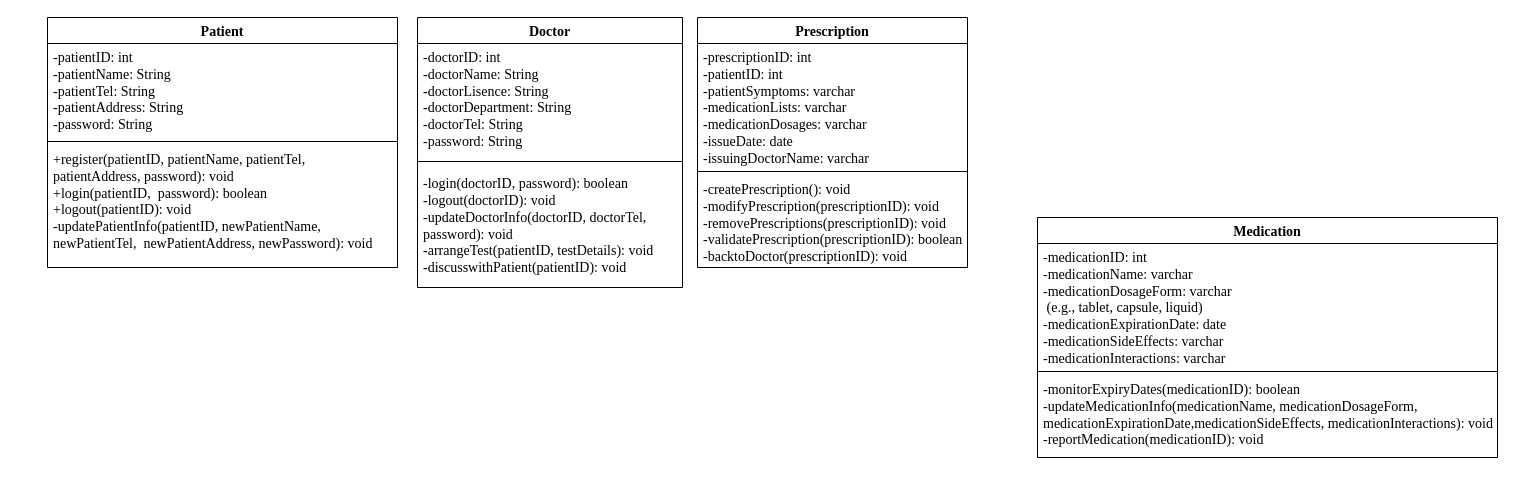
This is Class Diagram.drawio from FOMOKN/Software-Engineering, a draw.io file, before an edit. Source tidied: cells renumbered, new cells numbered last; positions are measured from the earlier drawing's top-left corner, leaving out a move shared by most shapes. Both pictures are drawn from the tidied source at 100%, with x=0, y=0 at pixel (47, 17).
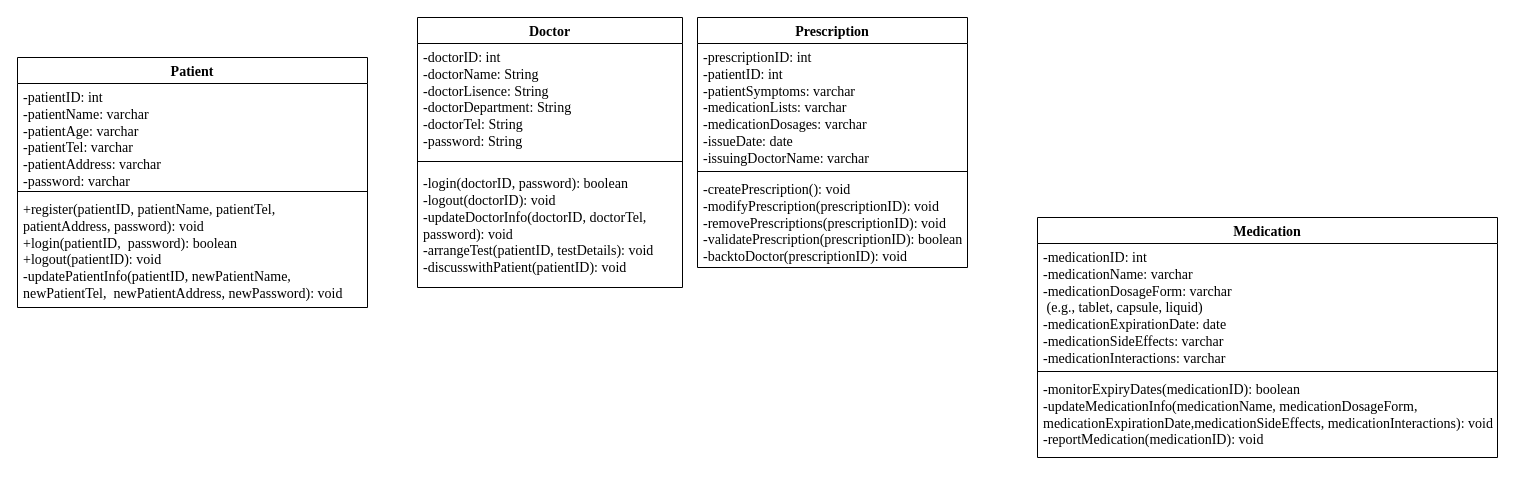
The same diagram, later.

Change to the diagram source:
```diff
@@
 <mxGraphModel>
   <root>
     <mxCell id="0" />
     <mxCell id="1" parent="0" />
-    <mxCell id="2" value="Patient" style="swimlane;fontStyle=1;align=center;verticalAlign=top;horizontal=1;startSize=26;whiteSpace=wrap;html=1;fontFamily=Times New Roman;fontSize=14;" parent="1" vertex="1">
-      <mxGeometry width="350" height="250" as="geometry" />
-    </mxCell>
-    <mxCell id="3" value="-patientID: int&lt;br style=&quot;font-size: 14px;&quot;&gt;-patientName:&amp;nbsp;String&lt;br style=&quot;font-size: 14px;&quot;&gt;-patientTel:&amp;nbsp;String&lt;br style=&quot;font-size: 14px;&quot;&gt;-patientAddress:&amp;nbsp;String&lt;br style=&quot;font-size: 14px;&quot;&gt;-password:&amp;nbsp;String" style="text;strokeColor=none;fillColor=none;align=left;verticalAlign=top;spacingLeft=4;spacingRight=4;overflow=hidden;whiteSpace=wrap;html=1;fontFamily=Times New Roman;fontSize=14;" parent="2" vertex="1">
-      <mxGeometry y="26" width="350" height="94" as="geometry" />
-    </mxCell>
-    <mxCell id="4" style="line;strokeWidth=1;fillColor=none;align=left;verticalAlign=middle;spacingTop=-1;spacingLeft=3;spacingRight=3;labelPosition=right;strokeColor=inherit;" parent="2" vertex="1">
-      <mxGeometry y="120" width="350" height="8" as="geometry" />
-    </mxCell>
-    <mxCell id="5" value="+register(patientID, patientName, patientTel, patientAddress, password): void&lt;br&gt;+login(patientID,&amp;nbsp; password): boolean&lt;br style=&quot;border-color: var(--border-color); font-size: 14px;&quot;&gt;+logout(patientID):&amp;nbsp;void&lt;br&gt;-updatePatientInfo(patientID, newPatientName, newPatientTel,&amp;nbsp; newPatientAddress, newPassword):&amp;nbsp;void&lt;span style=&quot;font-size: 14px;&quot;&gt;&lt;br&gt;&lt;/span&gt;" style="text;strokeColor=none;fillColor=none;align=left;verticalAlign=top;spacingLeft=4;spacingRight=4;overflow=hidden;whiteSpace=wrap;html=1;fontSize=14;fontFamily=Times New Roman;" parent="2" vertex="1">
-      <mxGeometry y="128" width="350" height="122" as="geometry" />
-    </mxCell>
     <mxCell id="6" value="&lt;font style=&quot;font-size: 14px;&quot; face=&quot;Times New Roman&quot;&gt;Doctor&lt;/font&gt;" style="swimlane;fontStyle=1;align=center;verticalAlign=top;horizontal=1;startSize=26;whiteSpace=wrap;html=1;" parent="1" vertex="1">
       <mxGeometry x="370" width="265" height="270" as="geometry" />
     </mxCell>
     <mxCell id="7" value="-doctorID: int&lt;br style=&quot;border-color: var(--border-color);&quot;&gt;-doctorName: String&lt;br&gt;-doctorLisence:&amp;nbsp;String&lt;br style=&quot;font-size: 14px;&quot;&gt;-doctorDepartment:&amp;nbsp;String&lt;br style=&quot;font-size: 14px;&quot;&gt;-doctorTel:&amp;nbsp;String&lt;br&gt;-password:&amp;nbsp;String" style="text;strokeColor=none;fillColor=none;align=left;verticalAlign=top;spacingLeft=4;spacingRight=4;overflow=hidden;whiteSpace=wrap;html=1;fontFamily=Times New Roman;fontStyle=0;fontSize=14;" parent="6" vertex="1">
       <mxGeometry y="26" width="265" height="114" as="geometry" />
     </mxCell>
     <mxCell id="8" style="line;strokeWidth=1;fillColor=none;align=left;verticalAlign=middle;spacingTop=-1;spacingLeft=3;spacingRight=3;labelPosition=right;strokeColor=inherit;" parent="6" vertex="1">
       <mxGeometry y="140" width="265" height="8" as="geometry" />
     </mxCell>
     <mxCell id="9" value="-login(doctorID, password):&amp;nbsp;boolean&lt;br&gt;-logout(doctorID):&amp;nbsp;void&lt;br style=&quot;font-size: 14px;&quot;&gt;-updateDoctorInfo(doctorID, doctorTel, password):&amp;nbsp;void&lt;br style=&quot;font-size: 14px;&quot;&gt;-arrangeTest(patientID, testDetails):&amp;nbsp;void&lt;br&gt;-discusswithPatient(patientID): void" style="text;strokeColor=none;fillColor=none;align=left;verticalAlign=middle;spacingLeft=4;spacingRight=4;overflow=hidden;whiteSpace=wrap;html=1;fontSize=14;fontFamily=Times New Roman;" parent="6" vertex="1">
       <mxGeometry y="148" width="265" height="122" as="geometry" />
     </mxCell>
     <mxCell id="10" value="&lt;font style=&quot;font-size: 14px;&quot;&gt;Prescription&lt;/font&gt;" style="swimlane;fontStyle=1;align=center;verticalAlign=top;horizontal=1;startSize=26;whiteSpace=wrap;html=1;fontFamily=Times New Roman;" parent="1" vertex="1">
       <mxGeometry x="650" width="270" height="250" as="geometry" />
     </mxCell>
     <mxCell id="11" value="-prescriptionID: int&lt;br style=&quot;border-color: var(--border-color);&quot;&gt;-patientID: int&lt;br style=&quot;border-color: var(--border-color);&quot;&gt;-patientSymptoms:&amp;nbsp;varchar&lt;br style=&quot;border-color: var(--border-color);&quot;&gt;-medicationLists:&amp;nbsp;varchar&lt;br style=&quot;border-color: var(--border-color);&quot;&gt;-medicationDosages:&amp;nbsp;varchar&lt;br style=&quot;border-color: var(--border-color);&quot;&gt;-issueDate: date&lt;br style=&quot;border-color: var(--border-color);&quot;&gt;-issuingDoctorName:&amp;nbsp;varchar" style="text;strokeColor=none;fillColor=none;align=left;verticalAlign=top;spacingLeft=4;spacingRight=4;overflow=hidden;whiteSpace=wrap;html=1;fontFamily=Times New Roman;fontSize=14;" parent="10" vertex="1">
       <mxGeometry y="26" width="270" height="124" as="geometry" />
     </mxCell>
     <mxCell id="12" style="line;strokeWidth=1;fillColor=none;align=left;verticalAlign=middle;spacingTop=-1;spacingLeft=3;spacingRight=3;labelPosition=right;strokeColor=inherit;" parent="10" vertex="1">
       <mxGeometry y="150" width="270" height="8" as="geometry" />
     </mxCell>
     <mxCell id="13" value="-createPrescription():&amp;nbsp;void&lt;br style=&quot;border-color: var(--border-color);&quot;&gt;-modifyPrescription(prescriptionID):&amp;nbsp;void&lt;br style=&quot;border-color: var(--border-color);&quot;&gt;-removePrescriptions(prescriptionID):&amp;nbsp;void&lt;br&gt;-validatePrescription(prescriptionID): boolean&lt;br&gt;-backtoDoctor(prescriptionID):&amp;nbsp;void" style="text;strokeColor=none;fillColor=none;align=left;verticalAlign=top;spacingLeft=4;spacingRight=4;overflow=hidden;whiteSpace=wrap;html=1;fontFamily=Times New Roman;fontSize=14;" parent="10" vertex="1">
       <mxGeometry y="158" width="270" height="92" as="geometry" />
     </mxCell>
     <mxCell id="14" value="Medication" style="swimlane;fontStyle=1;align=center;verticalAlign=top;horizontal=1;startSize=26;whiteSpace=wrap;html=1;fontFamily=Times New Roman;fontSize=14;" parent="1" vertex="1">
       <mxGeometry x="990" y="200" width="460" height="240" as="geometry" />
     </mxCell>
     <mxCell id="15" value="-medicationID:&amp;nbsp;int&lt;br&gt;-medicationName: varchar&lt;br style=&quot;font-size: 14px;&quot;&gt;-medicationDosageForm: varchar&lt;br&gt;&amp;nbsp;(e.g., tablet, capsule, liquid)&lt;br style=&quot;font-size: 14px;&quot;&gt;-medicationExpirationDate: date&lt;br&gt;-medicationSideEffects: varchar&lt;br&gt;-medicationInteractions: varchar" style="text;strokeColor=none;fillColor=none;align=left;verticalAlign=top;spacingLeft=4;spacingRight=4;overflow=hidden;whiteSpace=wrap;html=1;fontFamily=Times New Roman;fontSize=14;" parent="14" vertex="1">
       <mxGeometry y="26" width="460" height="124" as="geometry" />
     </mxCell>
     <mxCell id="16" style="line;strokeWidth=1;fillColor=none;align=left;verticalAlign=middle;spacingTop=-1;spacingLeft=3;spacingRight=3;labelPosition=right;strokeColor=inherit;" parent="14" vertex="1">
       <mxGeometry y="150" width="460" height="8" as="geometry" />
     </mxCell>
     <mxCell id="17" value="-monitorExpiryDates(medicationID):&amp;nbsp;boolean&lt;br&gt;-updateMedicationInfo(medicationName, medicationDosageForm, medicationExpirationDate,medicationSideEffects, medicationInteractions):&amp;nbsp;void&lt;br&gt;-reportMedication(medicationID):&amp;nbsp;void" style="text;strokeColor=none;fillColor=none;align=left;verticalAlign=top;spacingLeft=4;spacingRight=4;overflow=hidden;whiteSpace=wrap;html=1;fontFamily=Times New Roman;fontSize=14;" parent="14" vertex="1">
       <mxGeometry y="158" width="460" height="82" as="geometry" />
     </mxCell>
+    <mxCell id="2" value="Patient" style="swimlane;fontStyle=1;align=center;verticalAlign=top;horizontal=1;startSize=26;whiteSpace=wrap;html=1;fontFamily=Times New Roman;fontSize=14;" parent="1" vertex="1">
+      <mxGeometry x="-30" y="40" width="350" height="250" as="geometry" />
+    </mxCell>
+    <mxCell id="18" value="-patientID: int&lt;br style=&quot;font-size: 14px;&quot;&gt;-patientName:&amp;nbsp;varchar&lt;br&gt;-patientAge: varchar&lt;br style=&quot;font-size: 14px;&quot;&gt;-patientTel: varchar&lt;br style=&quot;font-size: 14px;&quot;&gt;-patientAddress: varchar&lt;br style=&quot;font-size: 14px;&quot;&gt;-password: varchar" style="text;strokeColor=none;fillColor=none;align=left;verticalAlign=top;spacingLeft=4;spacingRight=4;overflow=hidden;whiteSpace=wrap;html=1;fontFamily=Times New Roman;fontSize=14;" parent="2" vertex="1">
+      <mxGeometry y="26" width="350" height="104" as="geometry" />
+    </mxCell>
+    <mxCell id="19" style="line;strokeWidth=1;fillColor=none;align=left;verticalAlign=middle;spacingTop=-1;spacingLeft=3;spacingRight=3;labelPosition=right;strokeColor=inherit;" parent="2" vertex="1">
+      <mxGeometry y="130" width="350" height="8" as="geometry" />
+    </mxCell>
+    <mxCell id="5" value="+register(patientID, patientName, patientTel, patientAddress, password): void&lt;br&gt;+login(patientID,&amp;nbsp; password): boolean&lt;br style=&quot;border-color: var(--border-color); font-size: 14px;&quot;&gt;+logout(patientID):&amp;nbsp;void&lt;br&gt;-updatePatientInfo(patientID, newPatientName, newPatientTel,&amp;nbsp; newPatientAddress, newPassword):&amp;nbsp;void&lt;span style=&quot;font-size: 14px;&quot;&gt;&lt;br&gt;&lt;/span&gt;" style="text;strokeColor=none;fillColor=none;align=left;verticalAlign=top;spacingLeft=4;spacingRight=4;overflow=hidden;whiteSpace=wrap;html=1;fontSize=14;fontFamily=Times New Roman;" parent="2" vertex="1">
+      <mxGeometry y="138" width="350" height="112" as="geometry" />
+    </mxCell>
   </root>
 </mxGraphModel>
```
